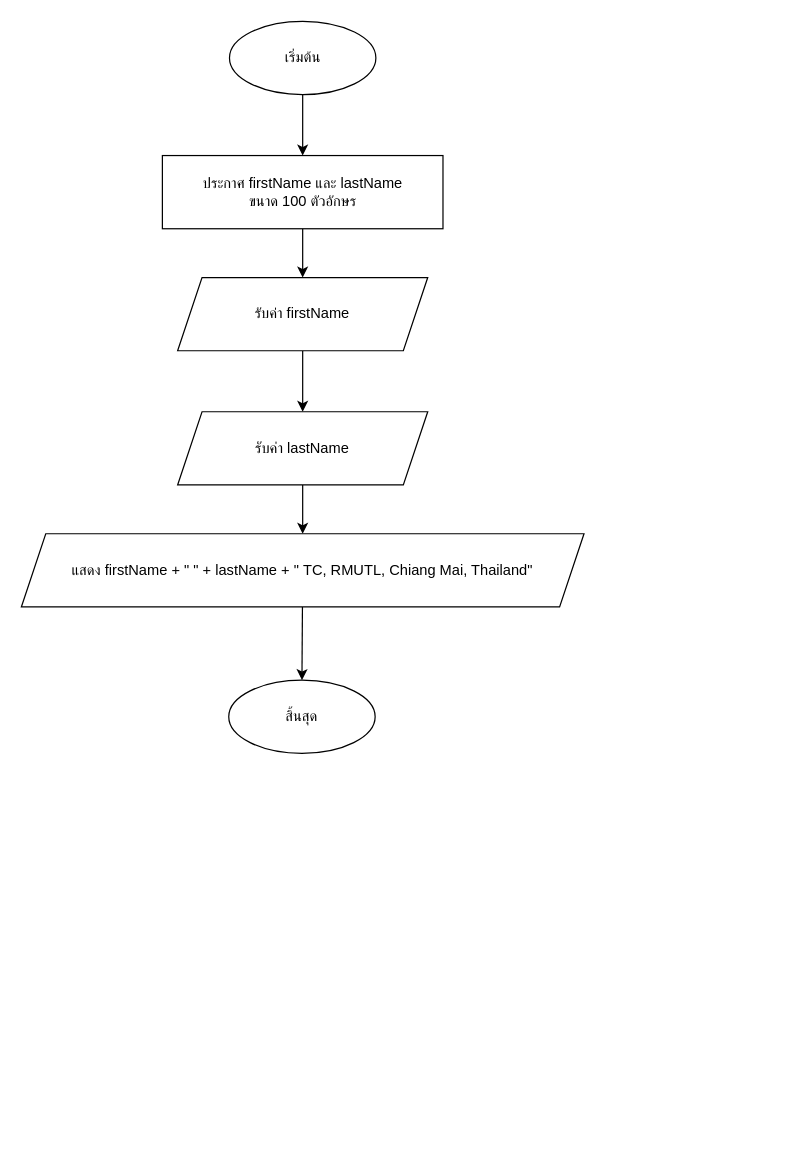
Above: homework/hw01/hw01-3.drawio in maythiwat/ENGCE117 (draw.io), before the change. Source tidied: cells renumbered, new cells numbered last; positions are measured from the earlier drawing's top-left corner, leaving out a move shared by most shapes. Both pictures are drawn from the tidied source at 122%, with x=0, y=0 at pixel (21, 21).
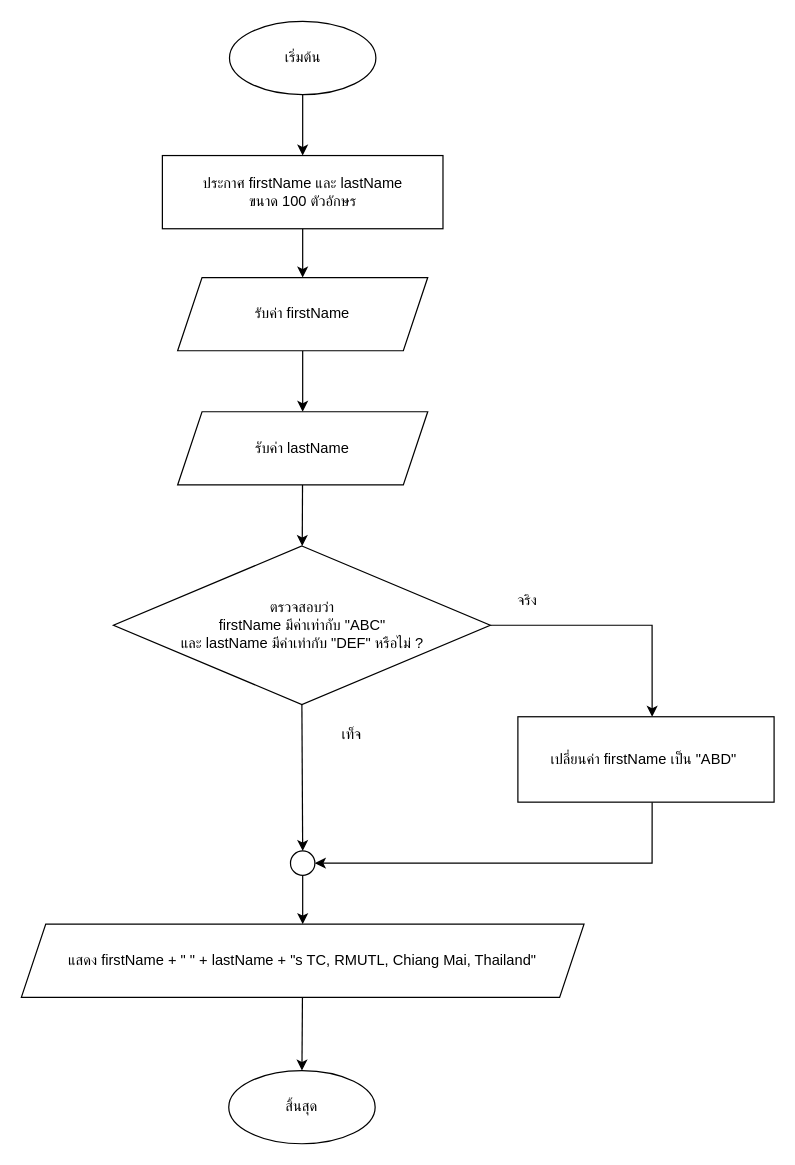
After the change.

The change refers to these unchanged cells:
```xml
<mxCell id="10" value="รับค่า lastName" style="shape=parallelogram;perimeter=parallelogramPerimeter;whiteSpace=wrap;html=1;fixedSize=1;" parent="1" vertex="1">
  <mxGeometry x="128.1" y="320" width="205" height="60" as="geometry" />
</mxCell>
```

The edit, as a diff of the source:
```diff
@@
     <mxCell id="4" value="สิ้นสุด" style="ellipse;whiteSpace=wrap;html=1;" parent="1" vertex="1">
-      <mxGeometry x="170" y="540" width="120" height="60" as="geometry" />
+      <mxGeometry x="170" y="860" width="120" height="60" as="geometry" />
     </mxCell>
@@
-    <mxCell id="9" style="edgeStyle=none;html=1;" parent="1" edge="1" source="10" target="12">
-      <mxGeometry relative="1" as="geometry" />
-    </mxCell>
+    <mxCell id="13" style="edgeStyle=none;html=1;" parent="1" edge="1" source="10" target="16">
+      <mxGeometry relative="1" as="geometry" />
+    </mxCell>
@@
-    <mxCell id="12" value="แสดง firstName + &quot; &quot; + lastName + &quot;&amp;nbsp;TC, RMUTL, Chiang Mai, Thailand&quot;" style="shape=parallelogram;perimeter=parallelogramPerimeter;whiteSpace=wrap;html=1;fixedSize=1;" parent="1" vertex="1">
-      <mxGeometry y="420" width="461.2" height="60" as="geometry" />
+    <mxCell id="12" value="แสดง firstName + &quot; &quot; + lastName + &quot;s TC, RMUTL, Chiang Mai, Thailand&quot;" style="shape=parallelogram;perimeter=parallelogramPerimeter;whiteSpace=wrap;html=1;fixedSize=1;" parent="1" vertex="1">
+      <mxGeometry y="740" width="461.2" height="60" as="geometry" />
     </mxCell>
+    <mxCell id="14" style="edgeStyle=none;rounded=0;html=1;entryX=0.524;entryY=0;entryDx=0;entryDy=0;entryPerimeter=0;exitX=1;exitY=0.5;exitDx=0;exitDy=0;" parent="1" edge="1" source="16" target="18">
+      <mxGeometry relative="1" as="geometry">
+        <Array as="points">
+          <mxPoint x="517" y="495" />
+        </Array>
+      </mxGeometry>
+    </mxCell>
+    <mxCell id="15" style="edgeStyle=none;rounded=0;html=1;exitX=0.5;exitY=1;exitDx=0;exitDy=0;entryX=0.5;entryY=0;entryDx=0;entryDy=0;" parent="1" edge="1" source="16" target="20">
+      <mxGeometry relative="1" as="geometry" />
+    </mxCell>
+    <mxCell id="16" value="ตรวจสอบว่า&lt;br&gt;firstName มีค่าเท่ากับ &quot;ABC&quot;&lt;br&gt;และ lastName มีค่าเท่ากับ &quot;DEF&quot; หรือไม่ ?" style="rhombus;whiteSpace=wrap;html=1;" parent="1" vertex="1">
+      <mxGeometry x="75.5" y="430" width="308.9" height="130" as="geometry" />
+    </mxCell>
+    <mxCell id="17" style="edgeStyle=none;rounded=0;html=1;exitX=0.524;exitY=1;exitDx=0;exitDy=0;exitPerimeter=0;" parent="1" edge="1" source="18" target="20">
+      <mxGeometry relative="1" as="geometry">
+        <Array as="points">
+          <mxPoint x="517" y="690" />
+        </Array>
+      </mxGeometry>
+    </mxCell>
+    <mxCell id="18" value="เปลี่ยนค่า firstName เป็น &quot;ABD&quot;&amp;nbsp;" style="rounded=0;whiteSpace=wrap;html=1;" parent="1" vertex="1">
+      <mxGeometry x="407" y="570" width="210" height="70" as="geometry" />
+    </mxCell>
+    <mxCell id="19" style="edgeStyle=none;rounded=0;html=1;" parent="1" edge="1" source="20" target="12">
+      <mxGeometry relative="1" as="geometry" />
+    </mxCell>
+    <mxCell id="20" style="ellipse;whiteSpace=wrap;html=1;" parent="1" vertex="1">
+      <mxGeometry x="220.6" y="680" width="20" height="20" as="geometry" />
+    </mxCell>
+    <mxCell id="21" value="จริง" style="text;html=1;strokeColor=none;fillColor=none;align=center;verticalAlign=middle;whiteSpace=wrap;rounded=0;" parent="1" vertex="1">
+      <mxGeometry x="384.5" y="460" width="60" height="30" as="geometry" />
+    </mxCell>
+    <mxCell id="22" value="เท็จ" style="text;html=1;strokeColor=none;fillColor=none;align=center;verticalAlign=middle;whiteSpace=wrap;rounded=0;" parent="1" vertex="1">
+      <mxGeometry x="240.6" y="570" width="60" height="30" as="geometry" />
+    </mxCell>
```
